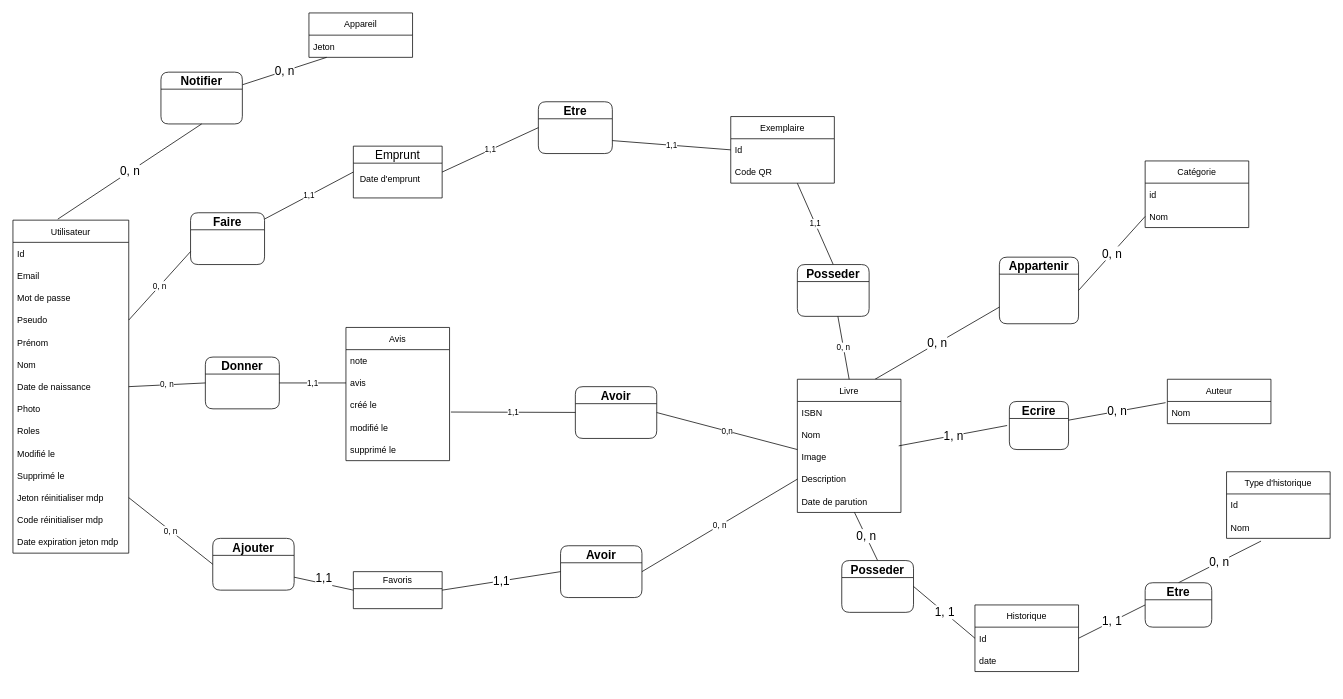
This is MCD_Deepkit.drawio from alexandre-scalisi/DeepkitMCD, a draw.io file, before an edit. Source tidied: cells renumbered, new cells numbered last; positions are measured from the earlier drawing's top-left corner, leaving out a move shared by most shapes. Both pictures are drawn from the tidied source at 74%, with x=0, y=0 at pixel (13, 13).
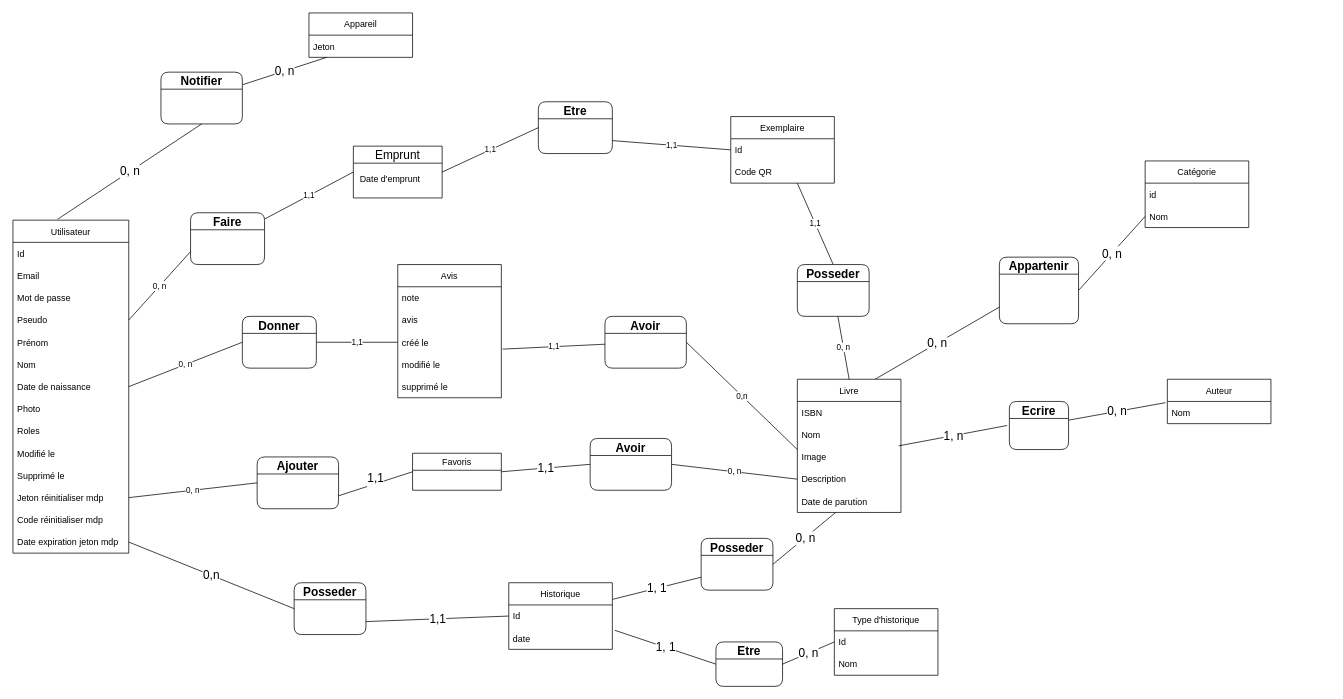
The same page after the edit.

Unchanged cells that the change refers to:
```xml
<mxCell id="12" value="Date de parution" style="text;strokeColor=none;fillColor=none;align=left;verticalAlign=middle;spacingLeft=4;spacingRight=4;overflow=hidden;points=[[0,0.5],[1,0.5]];portConstraint=eastwest;" parent="7" vertex="1">
  <mxGeometry y="150" width="140" height="30" as="geometry" />
</mxCell>
<mxCell id="28" value="Date expiration jeton mdp" style="text;strokeColor=none;fillColor=none;align=left;verticalAlign=middle;spacingLeft=4;spacingRight=4;overflow=hidden;points=[[0,0.5],[1,0.5]];portConstraint=eastwest;" parent="14" vertex="1">
  <mxGeometry y="420" width="156.5" height="30" as="geometry" />
</mxCell>
<mxCell id="31" value="Id" style="text;strokeColor=none;fillColor=none;align=left;verticalAlign=middle;spacingLeft=4;spacingRight=4;overflow=hidden;points=[[0,0.5],[1,0.5]];portConstraint=eastwest;" parent="30" vertex="1">
  <mxGeometry y="30" width="140" height="30" as="geometry" />
</mxCell>
<mxCell id="32" value="Nom" style="text;strokeColor=none;fillColor=none;align=left;verticalAlign=middle;spacingLeft=4;spacingRight=4;overflow=hidden;points=[[0,0.5],[1,0.5]];portConstraint=eastwest;" parent="30" vertex="1">
  <mxGeometry y="60" width="140" height="30" as="geometry" />
</mxCell>
<mxCell id="35" value="Id" style="text;strokeColor=none;fillColor=none;align=left;verticalAlign=middle;spacingLeft=4;spacingRight=4;overflow=hidden;points=[[0,0.5],[1,0.5]];portConstraint=eastwest;" parent="34" vertex="1">
  <mxGeometry y="30" width="140" height="30" as="geometry" />
</mxCell>
<mxCell id="36" value="date    " style="text;strokeColor=none;fillColor=none;align=left;verticalAlign=middle;spacingLeft=4;spacingRight=4;overflow=hidden;points=[[0,0.5],[1,0.5]];portConstraint=eastwest;" parent="34" vertex="1">
  <mxGeometry y="60" width="140" height="30" as="geometry" />
</mxCell>
<mxCell id="57" value="avis " style="text;strokeColor=none;fillColor=none;align=left;verticalAlign=middle;spacingLeft=4;spacingRight=4;overflow=hidden;points=[[0,0.5],[1,0.5]];portConstraint=eastwest;" parent="55" vertex="1">
  <mxGeometry y="60" width="140" height="30" as="geometry" />
</mxCell>
<mxCell id="58" value="créé le" style="text;strokeColor=none;fillColor=none;align=left;verticalAlign=middle;spacingLeft=4;spacingRight=4;overflow=hidden;points=[[0,0.5],[1,0.5]];portConstraint=eastwest;" parent="55" vertex="1">
  <mxGeometry y="90" width="140" height="30" as="geometry" />
</mxCell>
```

Change to the diagram source:
```diff
@@
-    <mxCell id="29" value="0, n" style="edgeStyle=none;rounded=0;jettySize=auto;html=1;exitX=0.333;exitY=1.123;exitDx=0;exitDy=0;fontSize=16;endArrow=none;endFill=0;entryX=0.5;entryY=0;entryDx=0;entryDy=0;exitPerimeter=0;" parent="1" edge="1" source="32" target="48">
+    <mxCell id="29" value="0, n" style="edgeStyle=none;rounded=0;jettySize=auto;html=1;exitX=0;exitY=0.5;exitDx=0;exitDy=0;fontSize=16;endArrow=none;endFill=0;entryX=1;entryY=0.5;entryDx=0;entryDy=0;" parent="1" edge="1" source="31" target="48">
       <mxGeometry relative="1" as="geometry" />
     </mxCell>
     <mxCell id="30" value="Type d'historique" style="swimlane;fontStyle=0;horizontal=1;startSize=30;" parent="1" vertex="1">
-      <mxGeometry x="1640" y="620" width="140" height="90" as="geometry" />
+      <mxGeometry x="1110" y="805" width="140" height="90" as="geometry" />
     </mxCell>
@@
-    <mxCell id="33" value="1, 1" style="edgeStyle=none;rounded=0;jettySize=auto;html=1;exitX=0;exitY=0.5;exitDx=0;exitDy=0;fontSize=16;endArrow=none;endFill=0;entryX=1;entryY=0.5;entryDx=0;entryDy=0;" parent="1" edge="1" source="35" target="47">
+    <mxCell id="33" value="1, 1" style="edgeStyle=none;rounded=0;jettySize=auto;html=1;exitX=1;exitY=0.25;exitDx=0;exitDy=0;fontSize=16;endArrow=none;endFill=0;entryX=0;entryY=0.75;entryDx=0;entryDy=0;" parent="1" edge="1" source="34" target="47">
       <mxGeometry relative="1" as="geometry" />
     </mxCell>
     <mxCell id="34" value="Historique" style="swimlane;fontStyle=0;horizontal=1;startSize=30;" parent="1" vertex="1">
-      <mxGeometry x="1300" y="800" width="140" height="90" as="geometry" />
+      <mxGeometry x="670" y="770" width="140" height="90" as="geometry" />
     </mxCell>
@@
-    <mxCell id="42" value="1, 1" style="edgeStyle=none;rounded=0;jettySize=auto;html=1;exitX=0;exitY=0.5;exitDx=0;exitDy=0;entryX=1;entryY=0.5;entryDx=0;entryDy=0;fontSize=16;endArrow=none;endFill=0;" parent="1" edge="1" source="48" target="35">
+    <mxCell id="42" value="1, 1" style="edgeStyle=none;rounded=0;jettySize=auto;html=1;exitX=0;exitY=0.5;exitDx=0;exitDy=0;entryX=1.024;entryY=0.143;entryDx=0;entryDy=0;fontSize=16;endArrow=none;endFill=0;entryPerimeter=0;" parent="1" edge="1" source="48" target="36">
       <mxGeometry relative="1" as="geometry" />
     </mxCell>
@@
-    <mxCell id="44" style="edgeStyle=none;rounded=0;jettySize=auto;html=1;fontSize=16;endArrow=none;endFill=0;exitX=0.5;exitY=0;exitDx=0;exitDy=0;" parent="1" edge="1" source="47" target="12">
+    <mxCell id="44" style="edgeStyle=none;rounded=0;jettySize=auto;html=1;fontSize=16;endArrow=none;endFill=0;exitX=1;exitY=0.5;exitDx=0;exitDy=0;" parent="1" edge="1" source="47" target="12">
       <mxGeometry relative="1" as="geometry" />
     </mxCell>
@@
     <mxCell id="47" value="Posseder" style="swimlane;rounded=1;fontSize=16;startSize=23;" parent="1" vertex="1">
-      <mxGeometry x="1120" y="740" width="97" height="70" as="geometry" />
+      <mxGeometry x="930" y="710" width="97" height="70" as="geometry" />
     </mxCell>
     <mxCell id="48" value="Etre" style="swimlane;rounded=1;fontSize=16;startSize=23;" parent="1" vertex="1">
-      <mxGeometry x="1530" y="770" width="90" height="60" as="geometry" />
+      <mxGeometry x="950" y="850" width="90" height="60" as="geometry" />
     </mxCell>
@@
     <mxCell id="54" value="Favoris" style="swimlane;rounded=0;fontSize=12;startSize=23;fontStyle=0;" parent="1" vertex="1">
-      <mxGeometry x="460" y="755" width="120" height="50" as="geometry" />
+      <mxGeometry x="540" y="595" width="120" height="50" as="geometry" />
     </mxCell>
     <mxCell id="55" value="Avis" style="swimlane;fontStyle=0;horizontal=1;startSize=30;rounded=0;fontSize=12;fontColor=default;" parent="1" vertex="1">
-      <mxGeometry x="450" y="425" width="140" height="180" as="geometry" />
+      <mxGeometry x="520" y="340" width="140" height="180" as="geometry" />
     </mxCell>
@@
     <mxCell id="66" value="Ajouter" style="swimlane;rounded=1;fontSize=16;startSize=23;" parent="1" vertex="1">
-      <mxGeometry x="270" y="710" width="110" height="70" as="geometry" />
+      <mxGeometry x="330" y="600" width="110" height="70" as="geometry" />
     </mxCell>
@@
     <mxCell id="69" value="Avoir" style="swimlane;rounded=1;fontSize=16;startSize=23;" parent="1" vertex="1">
-      <mxGeometry x="760" y="505" width="110" height="70" as="geometry" />
+      <mxGeometry x="800" y="410" width="110" height="70" as="geometry" />
     </mxCell>
-    <mxCell id="70" value="1,1" style="edgeStyle=none;rounded=0;jettySize=auto;html=1;exitX=1;exitY=0.5;exitDx=0;exitDy=0;entryX=0;entryY=0.5;entryDx=0;entryDy=0;endArrow=none;endFill=0;" parent="1" edge="1" source="71" target="57">
+    <mxCell id="70" value="1,1" style="edgeStyle=none;rounded=0;jettySize=auto;html=1;exitX=1;exitY=0.5;exitDx=0;exitDy=0;entryX=0;entryY=0.5;entryDx=0;entryDy=0;endArrow=none;endFill=0;" parent="1" edge="1" source="71" target="58">
       <mxGeometry relative="1" as="geometry" />
     </mxCell>
     <mxCell id="71" value="Donner" style="swimlane;rounded=1;fontSize=16;startSize=23;" parent="1" vertex="1">
-      <mxGeometry x="260" y="465" width="100" height="70" as="geometry" />
+      <mxGeometry x="310" y="410" width="100" height="70" as="geometry" />
     </mxCell>
@@
     <mxCell id="80" value="Avoir" style="swimlane;rounded=1;fontSize=16;startSize=23;" parent="1" vertex="1">
-      <mxGeometry x="740" y="720" width="110" height="70" as="geometry" />
+      <mxGeometry x="780" y="575" width="110" height="70" as="geometry" />
     </mxCell>
@@
+    <mxCell id="85" value="0,n" style="edgeStyle=none;rounded=0;jettySize=auto;html=1;exitX=1;exitY=0.5;exitDx=0;exitDy=0;fontSize=16;endArrow=none;endFill=0;entryX=0;entryY=0.5;entryDx=0;entryDy=0;" parent="1" edge="1" source="28" target="87">
+      <mxGeometry relative="1" as="geometry" />
+    </mxCell>
+    <mxCell id="86" value="1,1" style="edgeStyle=none;rounded=0;jettySize=auto;html=1;entryX=0;entryY=0.5;entryDx=0;entryDy=0;fontSize=16;endArrow=none;endFill=0;exitX=1;exitY=0.75;exitDx=0;exitDy=0;" parent="1" edge="1" source="87" target="35">
+      <mxGeometry relative="1" as="geometry" />
+    </mxCell>
+    <mxCell id="87" value="Posseder" style="swimlane;rounded=1;fontSize=16;startSize=23;" parent="1" vertex="1">
+      <mxGeometry x="380" y="770" width="97" height="70" as="geometry" />
+    </mxCell>
```
